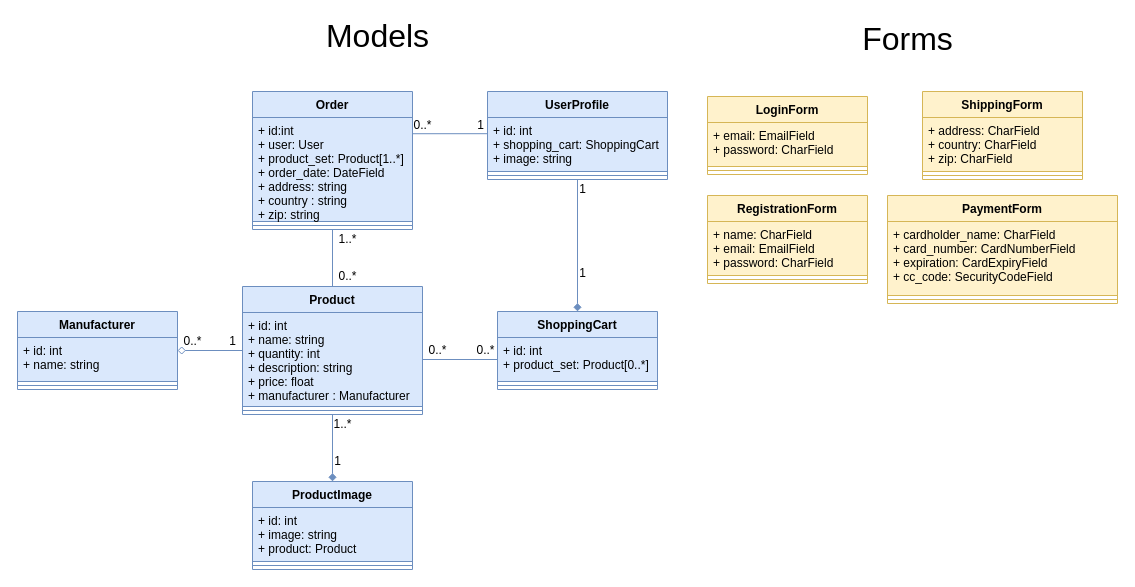
Above: documentation/diagrams/class_diagram.drawio in RunarVestmann/verklegtnamskeid2 (draw.io), before the change. Source tidied: cells renumbered, new cells numbered last; positions are measured from the earlier drawing's top-left corner, leaving out a move shared by most shapes. Both pictures are drawn from the tidied source at 100%, with x=0, y=0 at pixel (17, 21).
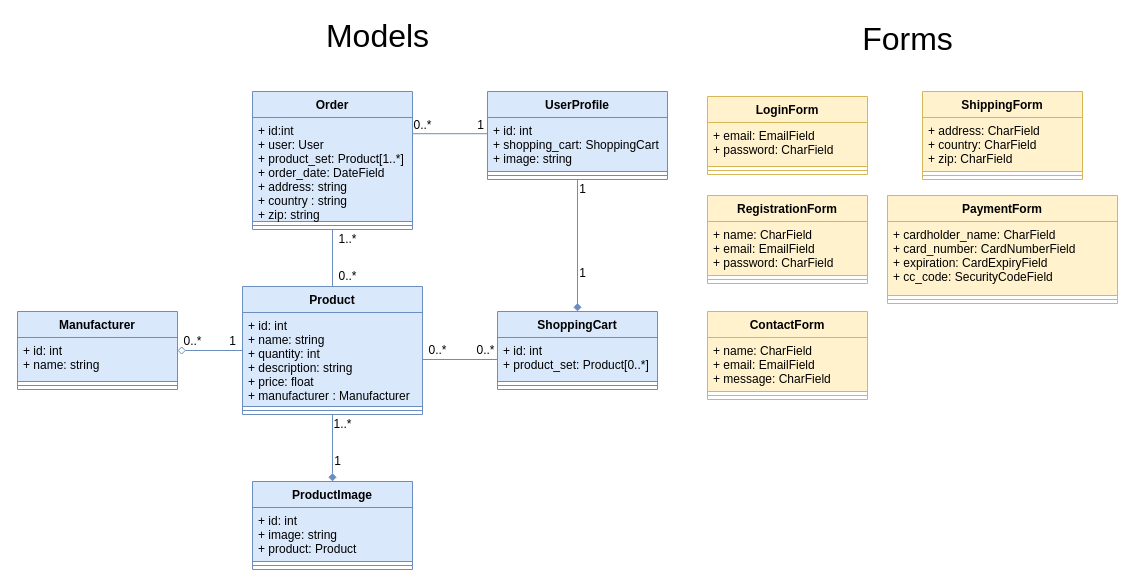
The same diagram, later.

Commit message (it also covers changes not shown here):
Added a contact form

What changed in the source:
```diff
@@
+    <mxCell id="53" value="ContactForm" style="swimlane;fontStyle=1;align=center;verticalAlign=top;horizontal=1;startSize=26;fillColor=#fff2cc;strokeColor=#d6b656;" parent="1" vertex="1">
+      <mxGeometry x="690" y="290" width="160" height="88" as="geometry" />
+    </mxCell>
+    <mxCell id="54" value="+ name: CharField&#10;+ email: EmailField&#10;+ message: CharField" style="text;strokeColor=#d6b656;fillColor=#fff2cc;align=left;verticalAlign=top;spacingLeft=4;spacingRight=4;overflow=hidden;" parent="53" vertex="1">
+      <mxGeometry y="26" width="160" height="54" as="geometry" />
+    </mxCell>
+    <mxCell id="55" style="line;strokeWidth=1;fillColor=#fff2cc;align=left;verticalAlign=middle;spacingTop=-1;spacingLeft=3;spacingRight=3;labelPosition=right;strokeColor=#d6b656;" parent="53" vertex="1">
+      <mxGeometry y="80" width="160" height="8" as="geometry" />
+    </mxCell>
```
